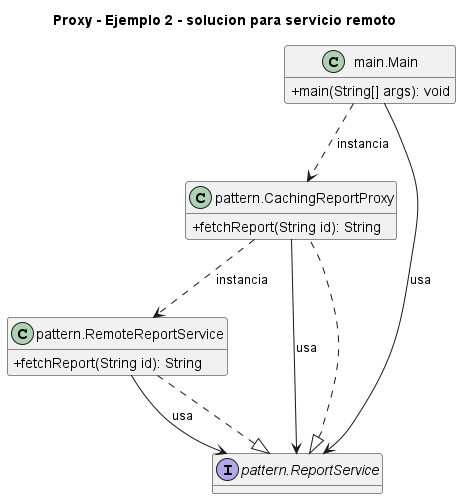
NicoCG32/Patrones-de-Software-y-Programacion-UCN keeps this PlantUML diagram as 2. Estructurales/Proxy/Ejemplo 2 - solucion para servicio remoto/UML.png. Above is the earlier version.
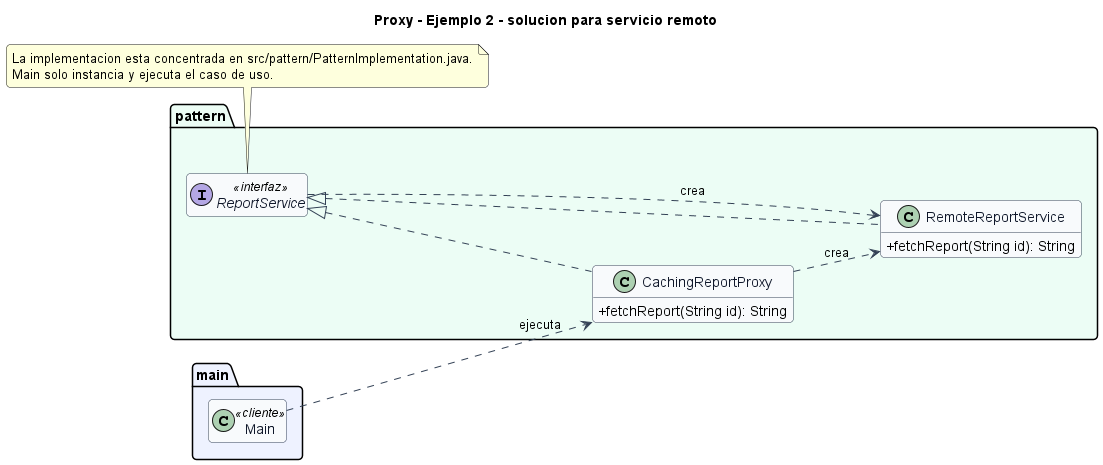
After the change.

The edit, as a diff of the source:
```diff
@@ -1,23 +1,41 @@
 @startuml
 title Proxy - Ejemplo 2 - solucion para servicio remoto
+left to right direction
+skinparam backgroundColor #FFFFFF
+skinparam shadowing false
+skinparam roundcorner 8
 skinparam classAttributeIconSize 0
-hide empty fields
-class "main.Main" as main_Main {
-  +main(String[] args): void
+skinparam class {
+  BackgroundColor #F8FAFC
+  BorderColor #334155
+  ArrowColor #334155
+  FontColor #0F172A
 }
-class "pattern.CachingReportProxy" as pattern_CachingReportProxy {
-  +fetchReport(String id): String
+hide empty members
+
+package "main" #EEF2FF {
+  class Main <<cliente>>
 }
-class "pattern.RemoteReportService" as pattern_RemoteReportService {
-  +fetchReport(String id): String
+
+package "pattern" #ECFDF5 {
+  class CachingReportProxy {
+    +fetchReport(String id): String
+  }
+  class RemoteReportService {
+    +fetchReport(String id): String
+  }
+  interface ReportService <<interfaz>> {
+  }
 }
-interface "pattern.ReportService" as pattern_ReportService {
-}
-pattern_ReportService <|.. pattern_CachingReportProxy
-pattern_ReportService <|.. pattern_RemoteReportService
-main_Main ..> pattern_CachingReportProxy : instancia
-main_Main --> pattern_ReportService : usa
-pattern_CachingReportProxy ..> pattern_RemoteReportService : instancia
-pattern_CachingReportProxy --> pattern_ReportService : usa
-pattern_RemoteReportService --> pattern_ReportService : usa
+
+ReportService <|.. CachingReportProxy
+ReportService <|.. RemoteReportService
+CachingReportProxy ..> RemoteReportService : crea
+ReportService ..> RemoteReportService : crea
+Main ..> CachingReportProxy : ejecuta
+
+note bottom
+La implementacion esta concentrada en src/pattern/PatternImplementation.java.
+Main solo instancia y ejecuta el caso de uso.
+end note
 @enduml
```
